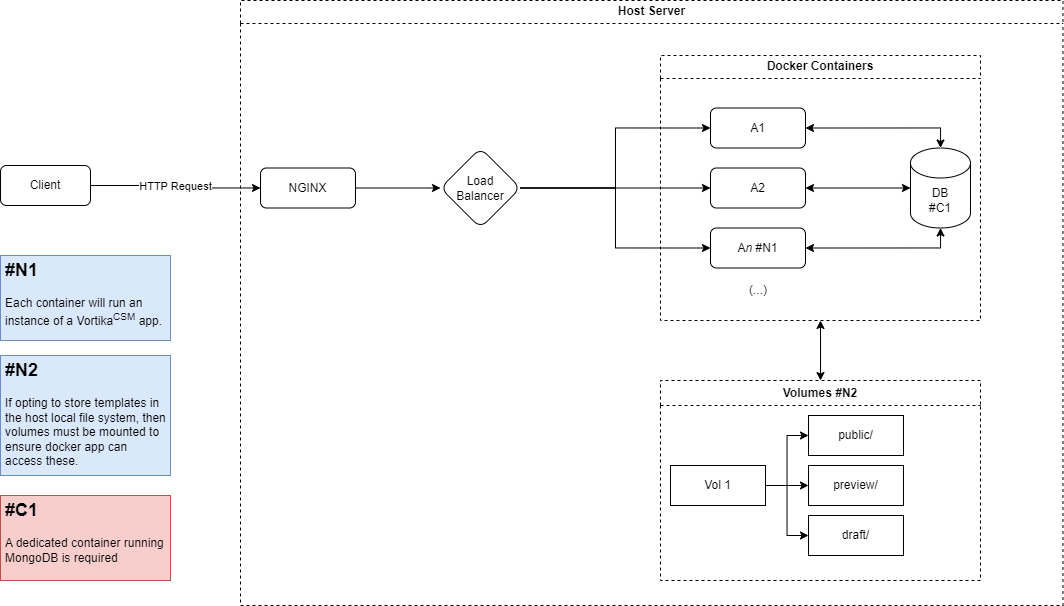
Earlier version of the draw.io export architecture.png (j-000/drawio). Source tidied: cells renumbered, new cells last; positions are measured from the earlier drawing's top-left corner, leaving out a move shared by most shapes.
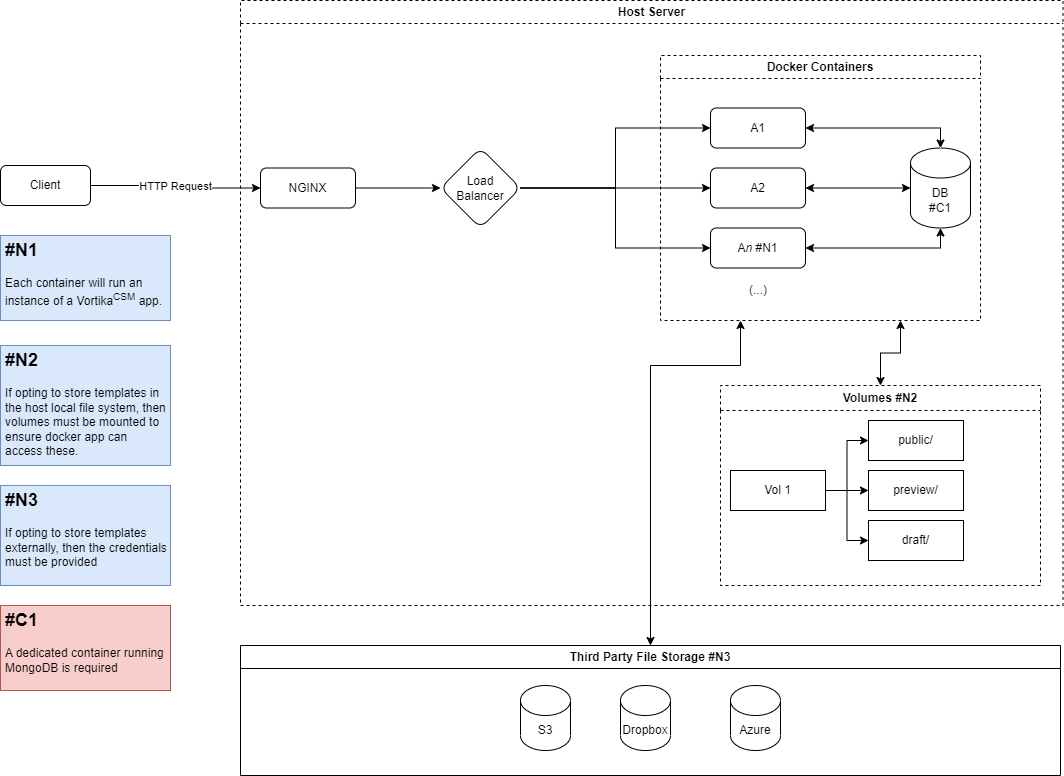
Later version of the same file.

Diff of the diagram source:
```diff
@@ -56,11 +56,11 @@
     <mxCell id="19" value="(...)" style="text;html=1;strokeColor=none;fillColor=none;align=center;verticalAlign=middle;whiteSpace=wrap;rounded=0;" parent="11" vertex="1">
       <mxGeometry x="67.5" y="220" width="60" height="30" as="geometry" />
     </mxCell>
-    <mxCell id="20" style="edgeStyle=orthogonalEdgeStyle;rounded=0;jettySize=auto;html=1;exitX=0.5;exitY=0;exitDx=0;exitDy=0;entryX=0.5;entryY=1;entryDx=0;entryDy=0;startArrow=classic;startFill=1;" parent="4" edge="1" source="21" target="11">
+    <mxCell id="20" style="edgeStyle=orthogonalEdgeStyle;rounded=0;jettySize=auto;html=1;exitX=0.5;exitY=0;exitDx=0;exitDy=0;entryX=0.75;entryY=1;entryDx=0;entryDy=0;startArrow=classic;startFill=1;" parent="4" edge="1" source="21" target="11">
       <mxGeometry relative="1" as="geometry" />
     </mxCell>
     <mxCell id="21" value="Volumes #N2" style="swimlane;whiteSpace=wrap;html=1;dashed=1;startSize=25;" parent="4" vertex="1">
-      <mxGeometry x="420" y="380" width="320" height="200" as="geometry" />
+      <mxGeometry x="480" y="385" width="320" height="200" as="geometry" />
     </mxCell>
     <mxCell id="22" value="public/" style="whiteSpace=wrap;html=1;rounded=1;arcSize=0;" parent="21" vertex="1">
       <mxGeometry x="148" y="35" width="95" height="40" as="geometry" />
@@ -84,13 +84,36 @@
       <mxGeometry x="10" y="85" width="95" height="40" as="geometry" />
     </mxCell>
     <mxCell id="29" value="&lt;h2&gt;#N1&lt;/h2&gt;&lt;p&gt;Each container will run an instance of a Vortika&lt;sup&gt;CSM&lt;/sup&gt;&amp;nbsp;app.&amp;nbsp;&lt;/p&gt;" style="text;html=1;strokeColor=#6c8ebf;fillColor=#dae8fc;spacing=5;spacingTop=-20;whiteSpace=wrap;overflow=hidden;rounded=0;" parent="1" vertex="1">
-      <mxGeometry y="255" width="170" height="85" as="geometry" />
+      <mxGeometry y="235" width="170" height="85" as="geometry" />
     </mxCell>
     <mxCell id="30" value="&lt;h2&gt;#C1&lt;/h2&gt;&lt;p&gt;A dedicated container running MongoDB is required&lt;/p&gt;" style="text;html=1;strokeColor=#b85450;fillColor=#f8cecc;spacing=5;spacingTop=-20;whiteSpace=wrap;overflow=hidden;rounded=0;" parent="1" vertex="1">
-      <mxGeometry y="495" width="170" height="85" as="geometry" />
+      <mxGeometry y="605" width="170" height="85" as="geometry" />
     </mxCell>
     <mxCell id="31" value="&lt;h2&gt;#N2&lt;/h2&gt;&lt;p&gt;If opting to store templates in the host local file system, then volumes must be mounted to ensure docker app can access these.&lt;/p&gt;" style="text;html=1;strokeColor=#6c8ebf;fillColor=#dae8fc;spacing=5;spacingTop=-20;whiteSpace=wrap;overflow=hidden;rounded=0;" parent="1" vertex="1">
-      <mxGeometry y="355" width="170" height="120" as="geometry" />
+      <mxGeometry y="345" width="170" height="120" as="geometry" />
     </mxCell>
+    <mxCell id="32" style="edgeStyle=orthogonalEdgeStyle;rounded=0;jettySize=auto;html=1;exitX=0.5;exitY=0;exitDx=0;exitDy=0;entryX=0.25;entryY=1;entryDx=0;entryDy=0;startArrow=classic;startFill=1;" parent="1" edge="1" source="33" target="11">
+      <mxGeometry relative="1" as="geometry">
+        <Array as="points">
+          <mxPoint x="650" y="365" />
+          <mxPoint x="740" y="365" />
+        </Array>
+      </mxGeometry>
+    </mxCell>
+    <mxCell id="33" value="Third Party File Storage #N3" style="swimlane;whiteSpace=wrap;html=1;" parent="1" vertex="1">
+      <mxGeometry x="240" y="645" width="820" height="130" as="geometry" />
+    </mxCell>
+    <mxCell id="34" value="Azure" style="shape=cylinder3;whiteSpace=wrap;html=1;boundedLbl=1;backgroundOutline=1;size=15;" parent="33" vertex="1">
+      <mxGeometry x="490" y="40" width="50" height="65" as="geometry" />
+    </mxCell>
+    <mxCell id="35" value="Dropbox" style="shape=cylinder3;whiteSpace=wrap;html=1;boundedLbl=1;backgroundOutline=1;size=15;" parent="33" vertex="1">
+      <mxGeometry x="380" y="40" width="50" height="65" as="geometry" />
+    </mxCell>
+    <mxCell id="36" value="S3" style="shape=cylinder3;whiteSpace=wrap;html=1;boundedLbl=1;backgroundOutline=1;size=15;" parent="33" vertex="1">
+      <mxGeometry x="280" y="40" width="50" height="65" as="geometry" />
+    </mxCell>
+    <mxCell id="37" value="&lt;h2&gt;#N3&lt;/h2&gt;&lt;p&gt;If opting to store templates externally, then the credentials must be provided&lt;/p&gt;" style="text;html=1;strokeColor=#6c8ebf;fillColor=#dae8fc;spacing=5;spacingTop=-20;whiteSpace=wrap;overflow=hidden;rounded=0;" parent="1" vertex="1">
+      <mxGeometry y="485" width="170" height="100" as="geometry" />
+    </mxCell>
   </root>
 </mxGraphModel>
```
